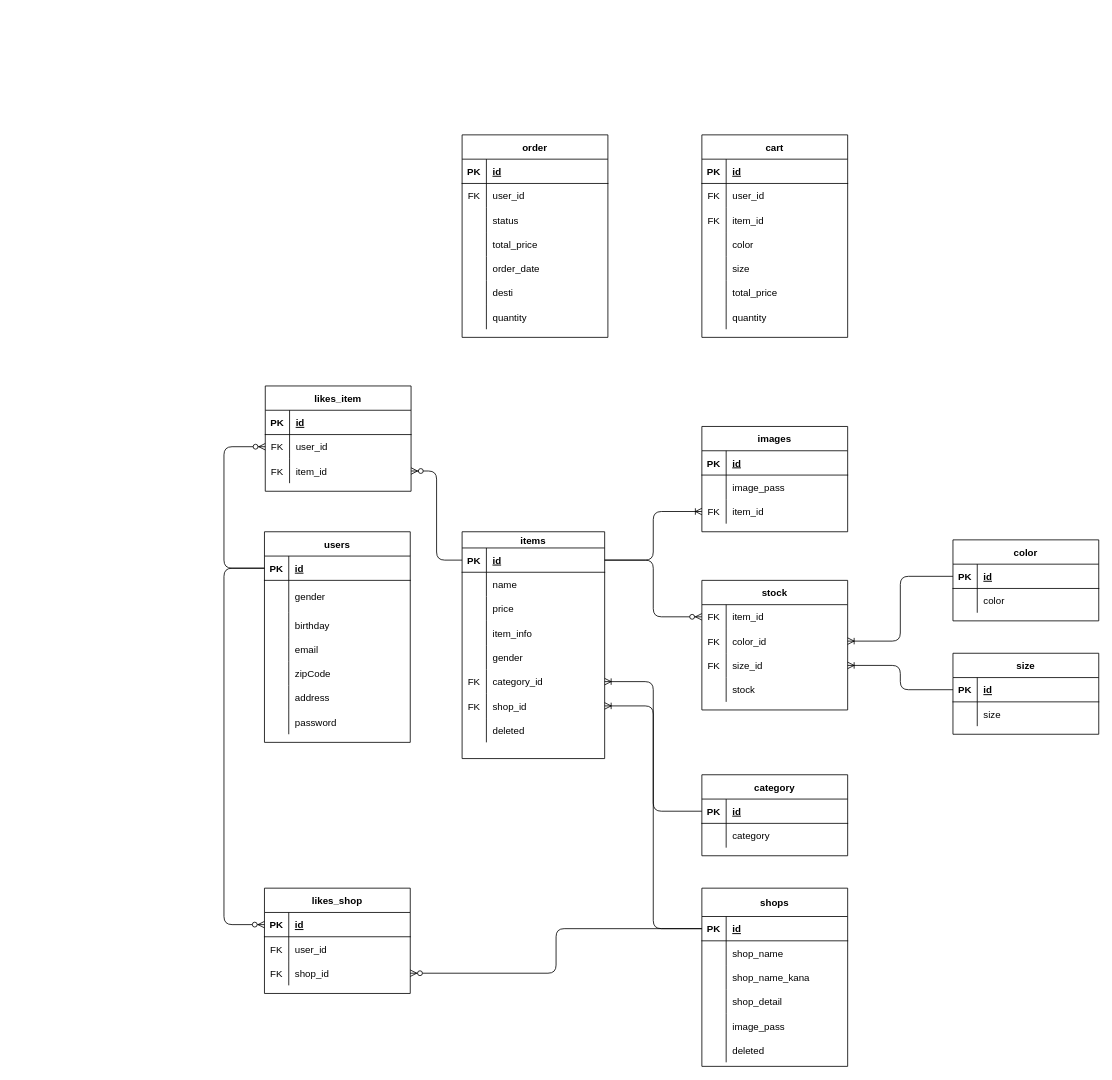
Before: design/newmozo.drawio in daimatsunaga/mozotown, a draw.io diagram. Source tidied: cells renumbered, new cells numbered last; positions are measured from the earlier drawing's top-left corner, leaving out a move shared by most shapes. Both pictures are drawn from the tidied source at 81%, with x=0, y=0 at pixel (224, 134).
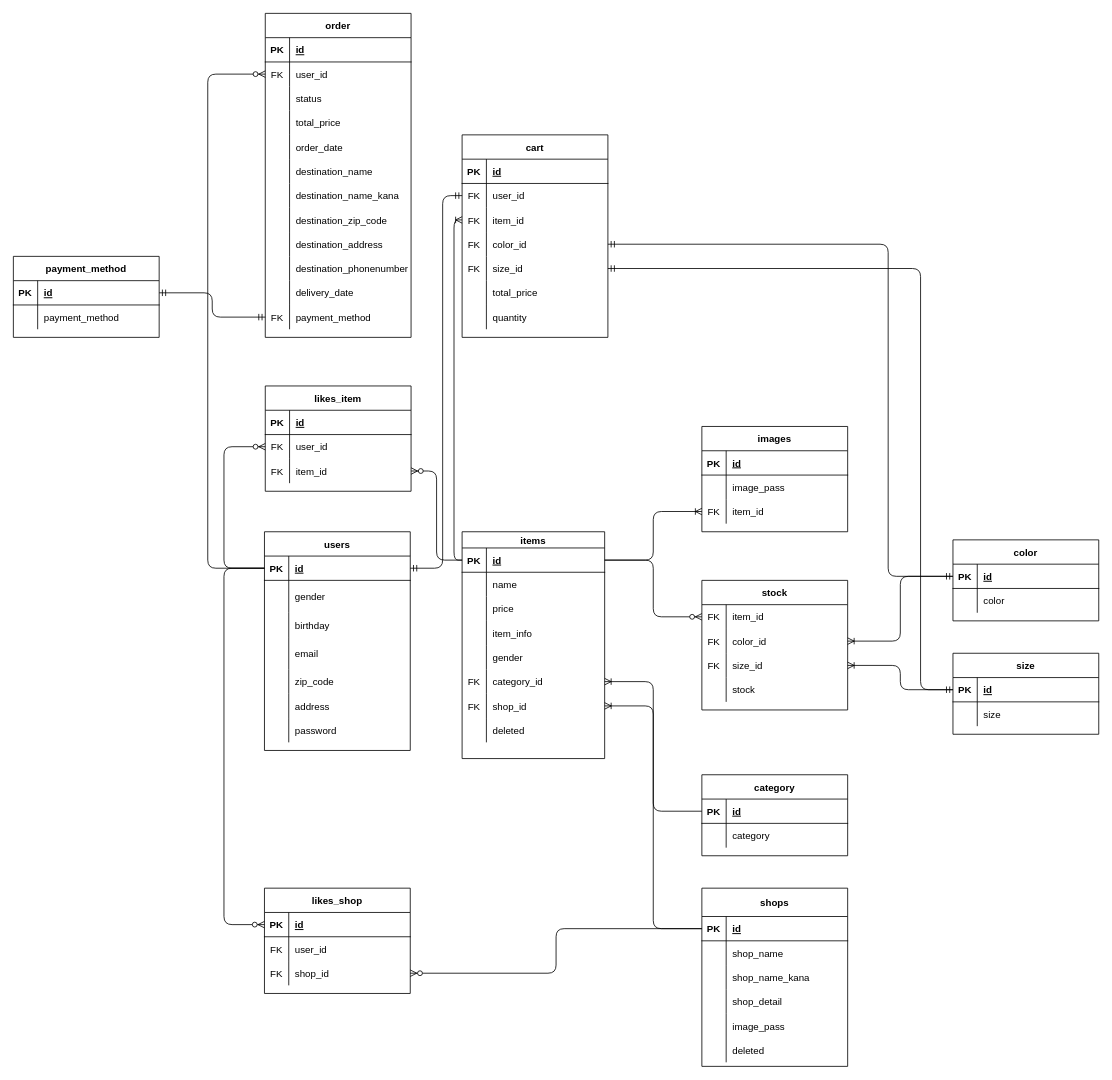
The same diagram, later.

Commit message (it also covers changes not shown here):
カートドメインの作成

The change refers to these unchanged cells:
```xml
<mxCell id="3" style="shape=partialRectangle;fillColor=none;top=0;left=0;bottom=1;right=0;points=[[0,0.5],[1,0.5]];portConstraint=eastwest;" parent="2" vertex="1">
  <mxGeometry y="30" width="180" height="30" as="geometry" />
</mxCell>
<mxCell id="25" style="shape=partialRectangle;fillColor=none;top=0;left=0;bottom=1;right=0;points=[[0,0.5],[1,0.5]];portConstraint=eastwest;" parent="24" vertex="1">
  <mxGeometry y="20" width="176" height="30" as="geometry" />
</mxCell>
<mxCell id="102" style="shape=partialRectangle;fillColor=none;top=0;left=0;bottom=1;right=0;points=[[0,0.5],[1,0.5]];portConstraint=eastwest;" parent="101" vertex="1">
  <mxGeometry y="30" width="180" height="30" as="geometry" />
</mxCell>
<mxCell id="109" style="shape=partialRectangle;fillColor=none;top=0;left=0;bottom=1;right=0;points=[[0,0.5],[1,0.5]];portConstraint=eastwest;" parent="108" vertex="1">
  <mxGeometry y="30" width="180" height="30" as="geometry" />
</mxCell>
<mxCell id="146" style="shape=partialRectangle;fillColor=none;top=0;left=0;bottom=0;right=0;points=[[0,0.5],[1,0.5]];portConstraint=eastwest;" parent="142" vertex="1">
  <mxGeometry y="60" width="180" height="30" as="geometry" />
</mxCell>
<mxCell id="149" style="shape=partialRectangle;fillColor=none;top=0;left=0;bottom=0;right=0;points=[[0,0.5],[1,0.5]];portConstraint=eastwest;" parent="142" vertex="1">
  <mxGeometry y="90" width="180" height="30" as="geometry" />
</mxCell>
<mxCell id="152" style="shape=partialRectangle;fillColor=none;top=0;left=0;bottom=0;right=0;points=[[0,0.5],[1,0.5]];portConstraint=eastwest;" parent="142" vertex="1">
  <mxGeometry y="120" width="180" height="30" as="geometry" />
</mxCell>
<mxCell id="155" style="shape=partialRectangle;fillColor=none;top=0;left=0;bottom=0;right=0;points=[[0,0.5],[1,0.5]];portConstraint=eastwest;" parent="142" vertex="1">
  <mxGeometry y="150" width="180" height="30" as="geometry" />
</mxCell>
<mxCell id="168" style="shape=partialRectangle;fillColor=none;top=0;left=0;bottom=0;right=0;points=[[0,0.5],[1,0.5]];portConstraint=eastwest;" parent="164" vertex="1">
  <mxGeometry y="60" width="180" height="30" as="geometry" />
</mxCell>
<mxCell id="180" style="shape=partialRectangle;fillColor=none;top=0;left=0;bottom=0;right=0;" parent="164" vertex="1">
  <mxGeometry y="180" width="180" height="30" as="geometry" />
</mxCell>
<mxCell id="183" style="shape=partialRectangle;fillColor=none;top=0;left=0;bottom=0;right=0;" parent="164" vertex="1">
  <mxGeometry y="210" width="180" height="30" as="geometry" />
</mxCell>
```

Diff of the diagram source:
```diff
@@
     <mxCell id="2" value="users" style="shape=table;startSize=30;childLayout=tableLayout;rowLines=0;fontStyle=1;align=center;" parent="1" vertex="1">
-      <mxGeometry x="50" y="490" width="180" height="260" as="geometry" />
+      <mxGeometry x="50" y="490" width="180" height="270" as="geometry" />
     </mxCell>
@@
     <mxCell id="12" style="shape=partialRectangle;fillColor=none;top=0;left=0;bottom=0;right=0;" parent="2" vertex="1">
-      <mxGeometry y="130" width="180" height="30" as="geometry" />
+      <mxGeometry y="130" width="180" height="40" as="geometry" />
     </mxCell>
     <mxCell id="13" style="shape=partialRectangle;fillColor=none;top=0;left=0;bottom=0;right=0;overflow=hidden;" parent="12" vertex="1">
-      <mxGeometry width="30" height="30" as="geometry" />
+      <mxGeometry width="30" height="40" as="geometry" />
     </mxCell>
     <mxCell id="14" value="email" style="shape=partialRectangle;fillColor=none;top=0;left=0;bottom=0;right=0;align=left;spacingLeft=6;overflow=hidden;" parent="12" vertex="1">
-      <mxGeometry x="30" width="150" height="30" as="geometry" />
+      <mxGeometry x="30" width="150" height="40" as="geometry" />
     </mxCell>
     <mxCell id="15" style="shape=partialRectangle;fillColor=none;top=0;left=0;bottom=0;right=0;" parent="2" vertex="1">
-      <mxGeometry y="160" width="180" height="30" as="geometry" />
+      <mxGeometry y="170" width="180" height="30" as="geometry" />
     </mxCell>
@@
-    <mxCell id="17" value="zipCode" style="shape=partialRectangle;fillColor=none;top=0;left=0;bottom=0;right=0;align=left;spacingLeft=6;overflow=hidden;" parent="15" vertex="1">
+    <mxCell id="17" value="zip_code" style="shape=partialRectangle;fillColor=none;top=0;left=0;bottom=0;right=0;align=left;spacingLeft=6;overflow=hidden;" parent="15" vertex="1">
       <mxGeometry x="30" width="150" height="30" as="geometry" />
     </mxCell>
     <mxCell id="18" style="shape=partialRectangle;fillColor=none;top=0;left=0;bottom=0;right=0;" parent="2" vertex="1">
-      <mxGeometry y="190" width="180" height="30" as="geometry" />
+      <mxGeometry y="200" width="180" height="30" as="geometry" />
     </mxCell>
@@
     <mxCell id="21" style="shape=partialRectangle;fillColor=none;top=0;left=0;bottom=0;right=0;" parent="2" vertex="1">
-      <mxGeometry y="220" width="180" height="30" as="geometry" />
+      <mxGeometry y="230" width="180" height="30" as="geometry" />
     </mxCell>
@@
     <mxCell id="142" value="cart" style="shape=table;startSize=30;childLayout=tableLayout;rowLines=0;fontStyle=1;align=center;" parent="1" vertex="1">
-      <mxGeometry x="590" width="180" height="250" as="geometry" />
+      <mxGeometry x="294" width="180" height="250" as="geometry" />
     </mxCell>
@@
-    <mxCell id="153" style="shape=partialRectangle;fillColor=none;top=0;left=0;bottom=0;right=0;overflow=hidden;" parent="152" vertex="1">
+    <mxCell id="153" value="FK" style="shape=partialRectangle;fillColor=none;top=0;left=0;bottom=0;right=0;overflow=hidden;" parent="152" vertex="1">
       <mxGeometry width="30" height="30" as="geometry" />
     </mxCell>
-    <mxCell id="154" value="color" style="shape=partialRectangle;fillColor=none;top=0;left=0;bottom=0;right=0;align=left;spacingLeft=6;overflow=hidden;" parent="152" vertex="1">
+    <mxCell id="154" value="color_id" style="shape=partialRectangle;fillColor=none;top=0;left=0;bottom=0;right=0;align=left;spacingLeft=6;overflow=hidden;" parent="152" vertex="1">
       <mxGeometry x="30" width="150" height="30" as="geometry" />
     </mxCell>
@@
-    <mxCell id="156" style="shape=partialRectangle;fillColor=none;top=0;left=0;bottom=0;right=0;overflow=hidden;" parent="155" vertex="1">
+    <mxCell id="156" value="FK" style="shape=partialRectangle;fillColor=none;top=0;left=0;bottom=0;right=0;overflow=hidden;" parent="155" vertex="1">
       <mxGeometry width="30" height="30" as="geometry" />
     </mxCell>
-    <mxCell id="157" value="size" style="shape=partialRectangle;fillColor=none;top=0;left=0;bottom=0;right=0;align=left;spacingLeft=6;overflow=hidden;" parent="155" vertex="1">
+    <mxCell id="157" value="size_id" style="shape=partialRectangle;fillColor=none;top=0;left=0;bottom=0;right=0;align=left;spacingLeft=6;overflow=hidden;" parent="155" vertex="1">
       <mxGeometry x="30" width="150" height="30" as="geometry" />
     </mxCell>
@@
     <mxCell id="164" value="order" style="shape=table;startSize=30;childLayout=tableLayout;rowLines=0;fontStyle=1;align=center;" parent="1" vertex="1">
-      <mxGeometry x="294" width="180" height="250" as="geometry" />
+      <mxGeometry x="51" y="-150" width="180" height="400" as="geometry" />
     </mxCell>
@@
-    <mxCell id="182" value="desti" style="shape=partialRectangle;fillColor=none;top=0;left=0;bottom=0;right=0;align=left;spacingLeft=6;overflow=hidden;" parent="180" vertex="1">
+    <mxCell id="182" value="destination_name" style="shape=partialRectangle;fillColor=none;top=0;left=0;bottom=0;right=0;align=left;spacingLeft=6;overflow=hidden;" parent="180" vertex="1">
       <mxGeometry x="30" width="150" height="30" as="geometry" />
     </mxCell>
@@
-    <mxCell id="185" value="quantity" style="shape=partialRectangle;fillColor=none;top=0;left=0;bottom=0;right=0;align=left;spacingLeft=6;overflow=hidden;" parent="183" vertex="1">
+    <mxCell id="185" value="destination_name_kana" style="shape=partialRectangle;fillColor=none;top=0;left=0;bottom=0;right=0;align=left;spacingLeft=6;overflow=hidden;" parent="183" vertex="1">
       <mxGeometry x="30" width="150" height="30" as="geometry" />
     </mxCell>
+    <mxCell id="186" style="shape=partialRectangle;fillColor=none;top=0;left=0;bottom=0;right=0;" parent="164" vertex="1">
+      <mxGeometry y="240" width="180" height="30" as="geometry" />
+    </mxCell>
+    <mxCell id="187" style="shape=partialRectangle;fillColor=none;top=0;left=0;bottom=0;right=0;overflow=hidden;" parent="186" vertex="1">
+      <mxGeometry width="30" height="30" as="geometry" />
+    </mxCell>
+    <mxCell id="188" value="destination_zip_code" style="shape=partialRectangle;fillColor=none;top=0;left=0;bottom=0;right=0;align=left;spacingLeft=6;overflow=hidden;" parent="186" vertex="1">
+      <mxGeometry x="30" width="150" height="30" as="geometry" />
+    </mxCell>
+    <mxCell id="189" style="shape=partialRectangle;fillColor=none;top=0;left=0;bottom=0;right=0;" parent="164" vertex="1">
+      <mxGeometry y="270" width="180" height="30" as="geometry" />
+    </mxCell>
+    <mxCell id="190" style="shape=partialRectangle;fillColor=none;top=0;left=0;bottom=0;right=0;overflow=hidden;" parent="189" vertex="1">
+      <mxGeometry width="30" height="30" as="geometry" />
+    </mxCell>
+    <mxCell id="191" value="destination_address" style="shape=partialRectangle;fillColor=none;top=0;left=0;bottom=0;right=0;align=left;spacingLeft=6;overflow=hidden;" parent="189" vertex="1">
+      <mxGeometry x="30" width="150" height="30" as="geometry" />
+    </mxCell>
+    <mxCell id="192" style="shape=partialRectangle;fillColor=none;top=0;left=0;bottom=0;right=0;" parent="164" vertex="1">
+      <mxGeometry y="300" width="180" height="30" as="geometry" />
+    </mxCell>
+    <mxCell id="193" style="shape=partialRectangle;fillColor=none;top=0;left=0;bottom=0;right=0;overflow=hidden;" parent="192" vertex="1">
+      <mxGeometry width="30" height="30" as="geometry" />
+    </mxCell>
+    <mxCell id="194" value="destination_phonenumber" style="shape=partialRectangle;fillColor=none;top=0;left=0;bottom=0;right=0;align=left;spacingLeft=6;overflow=hidden;" parent="192" vertex="1">
+      <mxGeometry x="30" width="150" height="30" as="geometry" />
+    </mxCell>
+    <mxCell id="195" style="shape=partialRectangle;fillColor=none;top=0;left=0;bottom=0;right=0;" parent="164" vertex="1">
+      <mxGeometry y="330" width="180" height="30" as="geometry" />
+    </mxCell>
+    <mxCell id="196" style="shape=partialRectangle;fillColor=none;top=0;left=0;bottom=0;right=0;overflow=hidden;" parent="195" vertex="1">
+      <mxGeometry width="30" height="30" as="geometry" />
+    </mxCell>
+    <mxCell id="197" value="delivery_date" style="shape=partialRectangle;fillColor=none;top=0;left=0;bottom=0;right=0;align=left;spacingLeft=6;overflow=hidden;" parent="195" vertex="1">
+      <mxGeometry x="30" width="150" height="30" as="geometry" />
+    </mxCell>
+    <mxCell id="198" style="shape=partialRectangle;fillColor=none;top=0;left=0;bottom=0;right=0;points=[[0,0.5],[1,0.5]];portConstraint=eastwest;" parent="164" vertex="1">
+      <mxGeometry y="360" width="180" height="30" as="geometry" />
+    </mxCell>
+    <mxCell id="199" value="FK" style="shape=partialRectangle;fillColor=none;top=0;left=0;bottom=0;right=0;overflow=hidden;" parent="198" vertex="1">
+      <mxGeometry width="30" height="30" as="geometry" />
+    </mxCell>
+    <mxCell id="200" value="payment_method" style="shape=partialRectangle;fillColor=none;top=0;left=0;bottom=0;right=0;align=left;spacingLeft=6;overflow=hidden;" parent="198" vertex="1">
+      <mxGeometry x="30" width="150" height="30" as="geometry" />
+    </mxCell>
+    <mxCell id="201" value="payment_method" style="shape=table;startSize=30;childLayout=tableLayout;rowLines=0;fontStyle=1;align=center;" parent="1" vertex="1">
+      <mxGeometry x="-260" y="150" width="180" height="100" as="geometry" />
+    </mxCell>
+    <mxCell id="202" style="shape=partialRectangle;fillColor=none;top=0;left=0;bottom=1;right=0;points=[[0,0.5],[1,0.5]];portConstraint=eastwest;" parent="201" vertex="1">
+      <mxGeometry y="30" width="180" height="30" as="geometry" />
+    </mxCell>
+    <mxCell id="203" value="PK" style="shape=partialRectangle;fillColor=none;top=0;left=0;bottom=0;right=0;fontStyle=1;overflow=hidden;" parent="202" vertex="1">
+      <mxGeometry width="30" height="30" as="geometry" />
+    </mxCell>
+    <mxCell id="204" value="id" style="shape=partialRectangle;fillColor=none;top=0;left=0;bottom=0;right=0;align=left;spacingLeft=6;fontStyle=5;overflow=hidden;" parent="202" vertex="1">
+      <mxGeometry x="30" width="150" height="30" as="geometry" />
+    </mxCell>
+    <mxCell id="205" style="shape=partialRectangle;fillColor=none;top=0;left=0;bottom=0;right=0;" parent="201" vertex="1">
+      <mxGeometry y="60" width="180" height="30" as="geometry" />
+    </mxCell>
+    <mxCell id="206" style="shape=partialRectangle;fillColor=none;top=0;left=0;bottom=0;right=0;overflow=hidden;" parent="205" vertex="1">
+      <mxGeometry width="30" height="30" as="geometry" />
+    </mxCell>
+    <mxCell id="207" value="payment_method" style="shape=partialRectangle;fillColor=none;top=0;left=0;bottom=0;right=0;align=left;spacingLeft=6;overflow=hidden;" parent="205" vertex="1">
+      <mxGeometry x="30" width="150" height="30" as="geometry" />
+    </mxCell>
+    <mxCell id="208" style="edgeStyle=orthogonalEdgeStyle;fontSize=12;html=1;endArrow=ERmandOne;startArrow=ERmandOne;exitX=1;exitY=0.5;exitDx=0;exitDy=0;entryX=0;entryY=0.5;entryDx=0;entryDy=0;" parent="1" edge="1" source="202" target="198">
+      <mxGeometry relative="1" as="geometry" />
+    </mxCell>
+    <mxCell id="209" style="edgeStyle=orthogonalEdgeStyle;fontSize=12;html=1;endArrow=ERzeroToMany;endFill=1;exitX=0;exitY=0.5;exitDx=0;exitDy=0;entryX=0;entryY=0.5;entryDx=0;entryDy=0;" parent="1" edge="1" source="3" target="168">
+      <mxGeometry relative="1" as="geometry">
+        <Array as="points">
+          <mxPoint x="-20" y="535" />
+          <mxPoint x="-20" y="-75" />
+        </Array>
+      </mxGeometry>
+    </mxCell>
+    <mxCell id="210" style="edgeStyle=orthogonalEdgeStyle;fontSize=12;html=1;endArrow=ERmandOne;startArrow=ERmandOne;exitX=1;exitY=0.5;exitDx=0;exitDy=0;entryX=0;entryY=0.5;entryDx=0;entryDy=0;" parent="1" edge="1" source="3" target="146">
+      <mxGeometry relative="1" as="geometry">
+        <Array as="points">
+          <mxPoint x="270" y="535" />
+          <mxPoint x="270" y="75" />
+        </Array>
+      </mxGeometry>
+    </mxCell>
+    <mxCell id="211" style="edgeStyle=orthogonalEdgeStyle;fontSize=12;html=1;endArrow=ERmandOne;startArrow=ERmandOne;exitX=1;exitY=0.5;exitDx=0;exitDy=0;entryX=0;entryY=0.5;entryDx=0;entryDy=0;" parent="1" edge="1" source="152" target="102">
+      <mxGeometry relative="1" as="geometry">
+        <Array as="points">
+          <mxPoint x="820" y="135" />
+          <mxPoint x="820" y="545" />
+        </Array>
+      </mxGeometry>
+    </mxCell>
+    <mxCell id="212" style="edgeStyle=orthogonalEdgeStyle;fontSize=12;html=1;endArrow=ERmandOne;startArrow=ERmandOne;exitX=1;exitY=0.5;exitDx=0;exitDy=0;entryX=0;entryY=0.5;entryDx=0;entryDy=0;" parent="1" edge="1" source="155" target="109">
+      <mxGeometry relative="1" as="geometry">
+        <Array as="points">
+          <mxPoint x="860" y="165" />
+          <mxPoint x="860" y="685" />
+        </Array>
+      </mxGeometry>
+    </mxCell>
+    <mxCell id="213" style="edgeStyle=orthogonalEdgeStyle;fontSize=12;html=1;endArrow=ERoneToMany;exitX=0;exitY=0.5;exitDx=0;exitDy=0;entryX=0;entryY=0.5;entryDx=0;entryDy=0;" parent="1" edge="1" source="25" target="149">
+      <mxGeometry relative="1" as="geometry" />
+    </mxCell>
```
